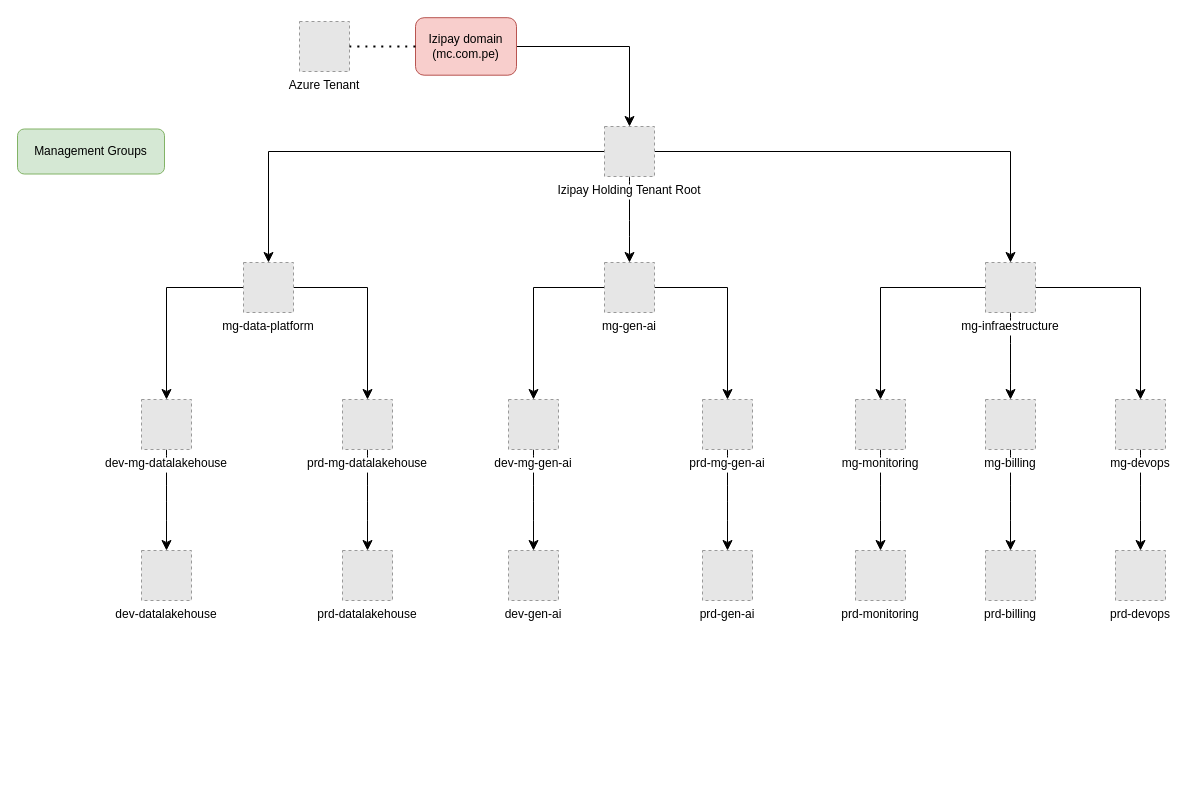
jcdiazz/Diagramas keeps this draw.io diagram as Arquitectura Azure.drawio. Above is the earlier version. Source tidied: cells renumbered, new cells numbered last; positions are measured from the earlier drawing's top-left corner, leaving out a move shared by most shapes. Both pictures are drawn from the tidied source at 100%, with x=0, y=0 at pixel (17, 17). Pictures stored in the file or linked from it are replaced by grey dashed boxes.
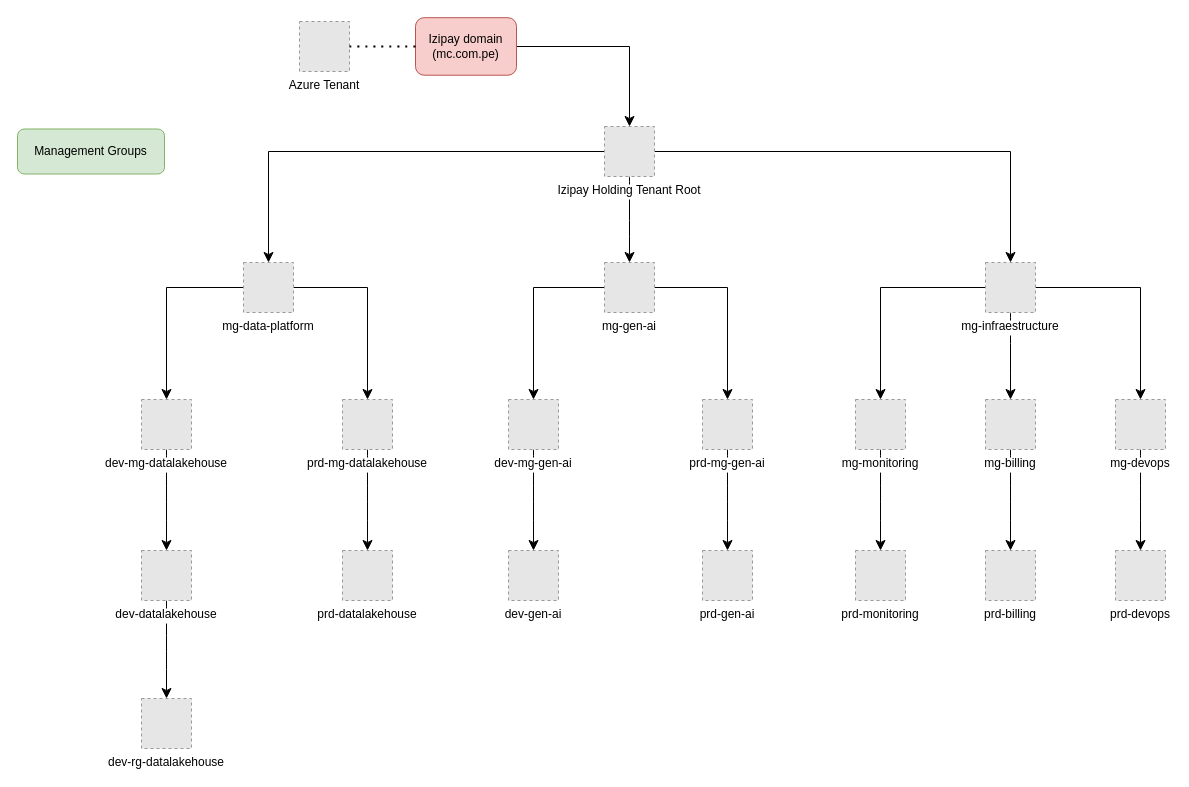
The same diagram, later.

Unchanged cells that the change refers to:
```xml
<mxCell id="34" value="dev-datalakehouse" style="fillColor=#E6E6E6;strokeColor=#999999;dashed=1;verticalLabelPosition=bottom;labelBackgroundColor=default;verticalAlign=top;rotation=0;" parent="1" vertex="1">
  <mxGeometry x="124" y="533" width="50" height="50" as="geometry" />
</mxCell>
```

Diff of the diagram source:
```diff
@@
+    <mxCell id="42" style="edgeStyle=none;curved=1;rounded=0;jettySize=auto;html=1;entryX=0.5;entryY=0;entryDx=0;entryDy=0;fontSize=12;startSize=8;endSize=8;" parent="1" edge="1" source="34" target="43">
+      <mxGeometry relative="1" as="geometry" />
+    </mxCell>
@@
+    <mxCell id="43" value="dev-rg-datalakehouse" style="fillColor=#E6E6E6;strokeColor=#999999;dashed=1;verticalLabelPosition=bottom;labelBackgroundColor=default;verticalAlign=top;rotation=0;" parent="1" vertex="1">
+      <mxGeometry x="124" y="681" width="50" height="50" as="geometry" />
+    </mxCell>
```
